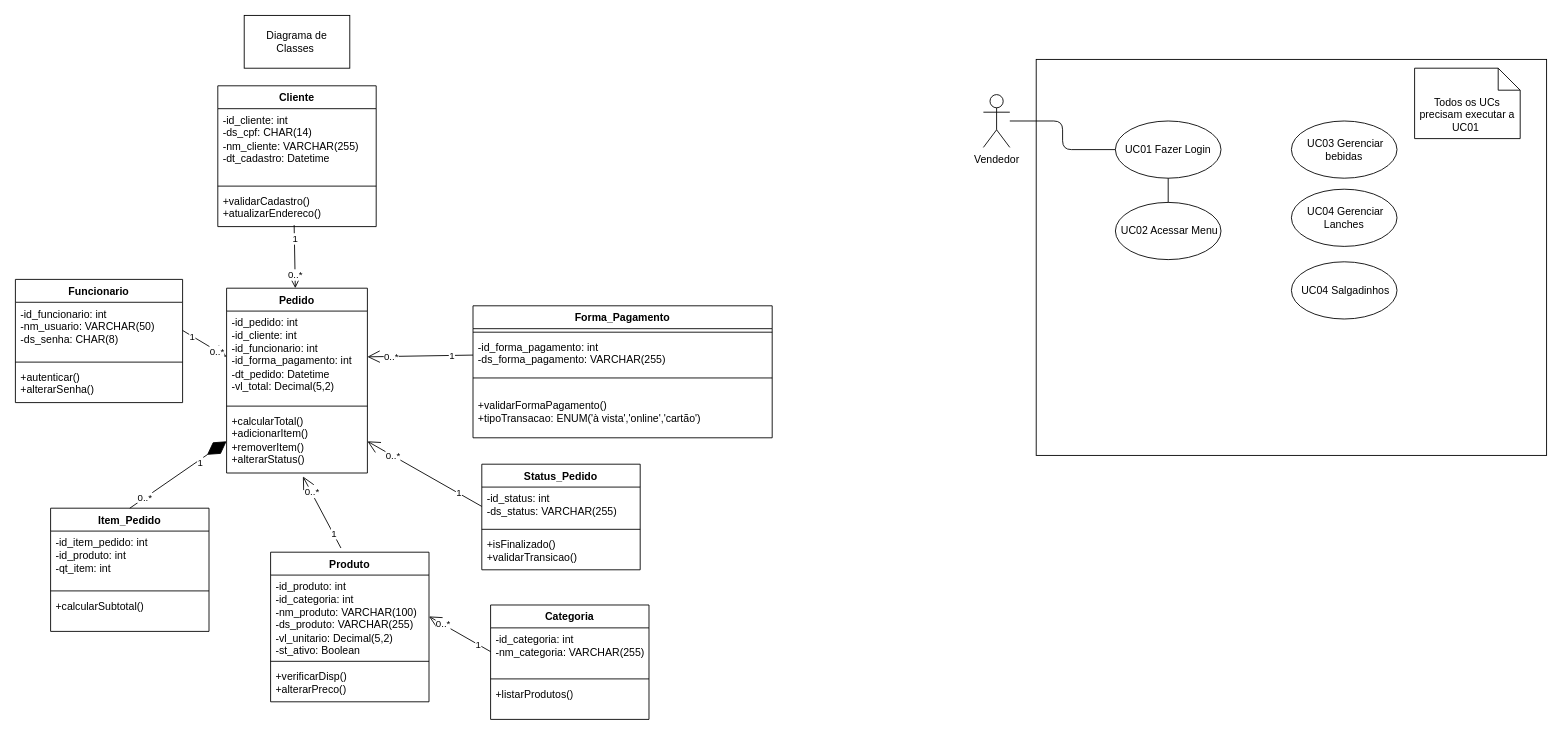
Earlier version of the draw.io diagram gestor-pedidos-lanchonete/sistema-de-gestao-de-pedidos/target/classes/com/lanchonete/view/DiagramaPagamento.drawio (nathensen/lanchonete-novo-final). Source tidied: cells renumbered, new cells numbered last; positions are measured from the earlier drawing's top-left corner, leaving out a move shared by most shapes. Both pictures are drawn from the tidied source at 88%, with x=0, y=0 at pixel (15, 15).
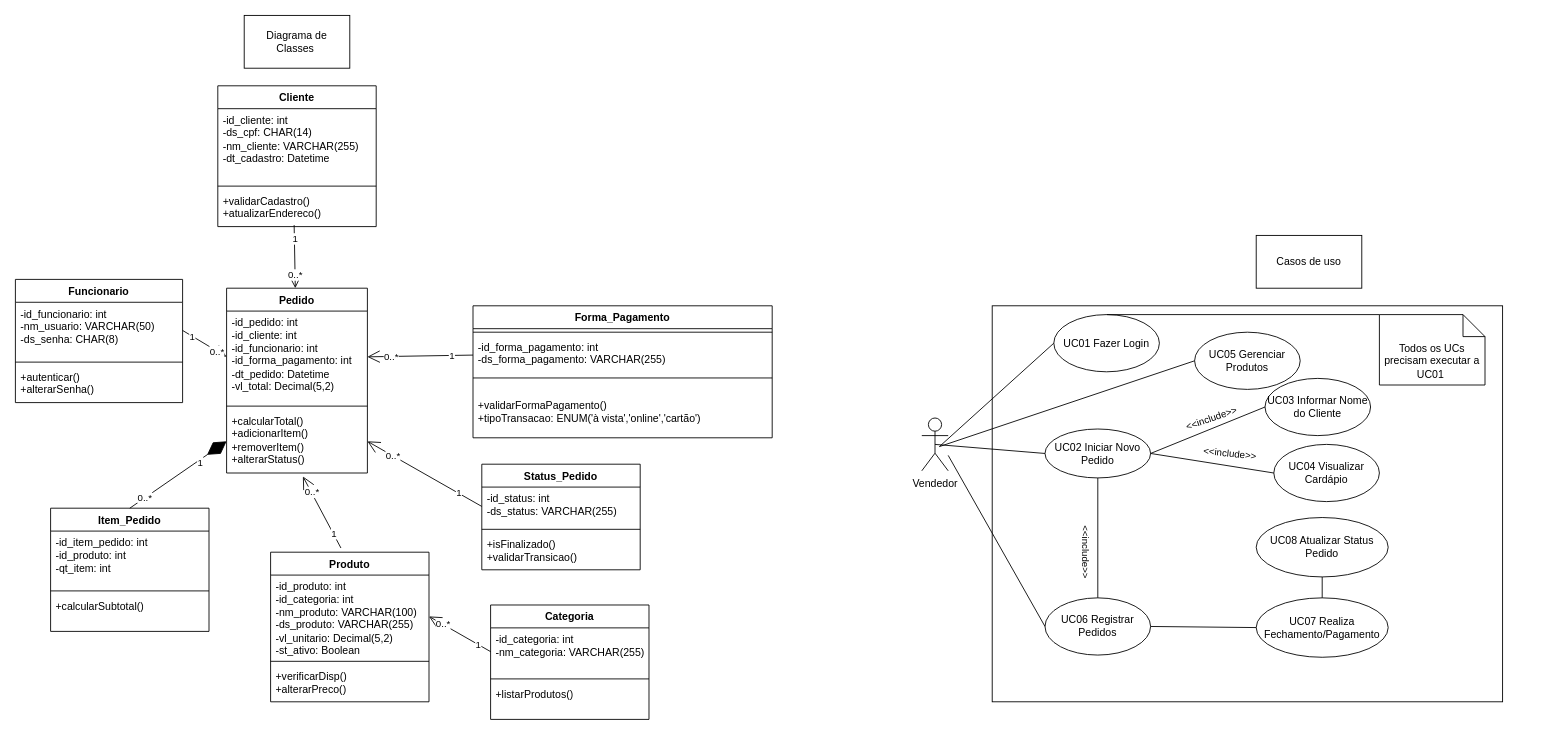
Above is the later version.

Commit message:
Casos de Uso

Diff of the diagram source:
```diff
@@
     <mxCell id="57" style="rounded=0;whiteSpace=wrap;html=1;" parent="1" vertex="1">
-      <mxGeometry x="1160" y="50" width="580" height="450" as="geometry" />
+      <mxGeometry x="1110" y="330" width="580" height="450" as="geometry" />
     </mxCell>
     <mxCell id="58" value="&lt;div style=&quot;&quot;&gt;&lt;span style=&quot;background-color: transparent;&quot;&gt;Todos os UCs precisam executar a UC01&amp;nbsp;&lt;/span&gt;&lt;/div&gt;" style="shape=note2;boundedLbl=1;whiteSpace=wrap;html=1;size=25;verticalAlign=top;align=center;" parent="1" vertex="1">
-      <mxGeometry x="1590" y="60" width="120" height="80" as="geometry" />
+      <mxGeometry x="1550" y="340" width="120" height="80" as="geometry" />
     </mxCell>
     <mxCell id="59" value="Vendedor" style="shape=umlActor;verticalLabelPosition=bottom;verticalAlign=top;html=1;" parent="1" vertex="1">
-      <mxGeometry x="1100" y="90" width="30" height="60" as="geometry" />
+      <mxGeometry x="1030" y="457.5" width="30" height="60" as="geometry" />
     </mxCell>
     <mxCell id="60" value="UC01 Fazer Login" style="ellipse;whiteSpace=wrap;html=1;" parent="1" vertex="1">
-      <mxGeometry x="1250" y="120" width="120" height="65" as="geometry" />
+      <mxGeometry x="1180" y="340" width="120" height="65" as="geometry" />
     </mxCell>
-    <mxCell id="61" value="&amp;nbsp;UC02 Acessar Menu" style="ellipse;whiteSpace=wrap;html=1;" parent="1" vertex="1">
-      <mxGeometry x="1250" y="212.5" width="120" height="65" as="geometry" />
-    </mxCell>
-    <mxCell id="62" value="&amp;nbsp;UC03 Gerenciar bebidas" style="ellipse;whiteSpace=wrap;html=1;" parent="1" vertex="1">
-      <mxGeometry x="1450" y="120" width="120" height="65" as="geometry" />
-    </mxCell>
-    <mxCell id="63" style="endArrow=none;html=1;edgeStyle=orthogonalEdgeStyle;entryX=0;entryY=0.5;entryDx=0;entryDy=0;" parent="1" edge="1" source="59" target="60">
-      <mxGeometry relative="1" as="geometry" />
-    </mxCell>
-    <mxCell id="64" style="endArrow=none;html=1;edgeStyle=orthogonalEdgeStyle;entryX=0.5;entryY=1;entryDx=0;entryDy=0;exitX=0.5;exitY=0;exitDx=0;exitDy=0;" parent="1" edge="1" source="61" target="60">
-      <mxGeometry relative="1" as="geometry" />
-    </mxCell>
-    <mxCell id="65" value="&amp;nbsp;UC04 Gerenciar Lanches" style="ellipse;whiteSpace=wrap;html=1;" parent="1" vertex="1">
-      <mxGeometry x="1450" y="197.5" width="120" height="65" as="geometry" />
-    </mxCell>
-    <mxCell id="66" value="&amp;nbsp;UC04 Salgadinhos" style="ellipse;whiteSpace=wrap;html=1;" parent="1" vertex="1">
-      <mxGeometry x="1450" y="280" width="120" height="65" as="geometry" />
-    </mxCell>
+    <mxCell id="67" value="UC02 Iniciar Novo Pedido" style="ellipse;whiteSpace=wrap;html=1;" parent="1" vertex="1">
+      <mxGeometry x="1170" y="470" width="120" height="55.6" as="geometry" />
+    </mxCell>
+    <mxCell id="68" style="endArrow=none;html=1;entryX=0;entryY=0.5;entryDx=0;entryDy=0;exitX=0.5;exitY=0.5;exitDx=0;exitDy=0;exitPerimeter=0;" parent="1" edge="1" source="59" target="67">
+      <mxGeometry relative="1" as="geometry" />
+    </mxCell>
+    <mxCell id="69" style="endArrow=none;html=1;entryX=0;entryY=0.5;entryDx=0;entryDy=0;" parent="1" edge="1" target="60">
+      <mxGeometry relative="1" as="geometry">
+        <mxPoint x="1050" y="490" as="sourcePoint" />
+      </mxGeometry>
+    </mxCell>
+    <mxCell id="70" value="UC03 Informar Nome do Cliente" style="ellipse;whiteSpace=wrap;html=1;" parent="1" vertex="1">
+      <mxGeometry x="1420" y="412.5" width="120" height="65" as="geometry" />
+    </mxCell>
+    <mxCell id="71" style="endArrow=none;html=1;entryX=0;entryY=0.5;entryDx=0;entryDy=0;exitX=1;exitY=0.5;exitDx=0;exitDy=0;" parent="1" edge="1" source="67" target="70">
+      <mxGeometry relative="1" as="geometry" />
+    </mxCell>
+    <mxCell id="72" value="&amp;lt;&amp;lt;include&amp;gt;&amp;gt;" style="edgeLabel;html=1;align=center;verticalAlign=middle;rotation=341;" parent="71" vertex="1">
+      <mxGeometry x="0.07" y="-1" relative="1" as="geometry">
+        <mxPoint x="-1" y="-13" as="offset" />
+      </mxGeometry>
+    </mxCell>
+    <mxCell id="73" value="UC04 Visualizar Cardápio" style="ellipse;whiteSpace=wrap;html=1;" parent="1" vertex="1">
+      <mxGeometry x="1430" y="487.5" width="120" height="65" as="geometry" />
+    </mxCell>
+    <mxCell id="74" style="endArrow=none;html=1;entryX=0;entryY=0.5;entryDx=0;entryDy=0;exitX=1;exitY=0.5;exitDx=0;exitDy=0;" parent="1" edge="1" source="67" target="73">
+      <mxGeometry relative="1" as="geometry" />
+    </mxCell>
+    <mxCell id="75" value="UC05 Gerenciar Produtos" style="ellipse;whiteSpace=wrap;html=1;" parent="1" vertex="1">
+      <mxGeometry x="1340" y="360" width="120" height="65" as="geometry" />
+    </mxCell>
+    <mxCell id="76" style="endArrow=none;html=1;exitX=0;exitY=0.5;exitDx=0;exitDy=0;" parent="1" edge="1" source="75">
+      <mxGeometry relative="1" as="geometry">
+        <mxPoint x="1050" y="490" as="targetPoint" />
+      </mxGeometry>
+    </mxCell>
+    <mxCell id="77" value="UC06 Registrar Pedidos" style="ellipse;whiteSpace=wrap;html=1;" parent="1" vertex="1">
+      <mxGeometry x="1170" y="661.9" width="120" height="65" as="geometry" />
+    </mxCell>
+    <mxCell id="78" style="endArrow=none;html=1;exitX=0;exitY=0.5;exitDx=0;exitDy=0;" parent="1" edge="1" source="77">
+      <mxGeometry relative="1" as="geometry">
+        <mxPoint x="1060" y="500" as="targetPoint" />
+      </mxGeometry>
+    </mxCell>
+    <mxCell id="79" value="UC07 Realiza Fechamento/Pagamento" style="ellipse;whiteSpace=wrap;html=1;" parent="1" vertex="1">
+      <mxGeometry x="1410" y="661.9" width="150" height="67.5" as="geometry" />
+    </mxCell>
+    <mxCell id="80" style="endArrow=none;html=1;exitX=1;exitY=0.5;exitDx=0;exitDy=0;entryX=0;entryY=0.5;entryDx=0;entryDy=0;" parent="1" edge="1" source="77" target="79">
+      <mxGeometry relative="1" as="geometry" />
+    </mxCell>
+    <mxCell id="81" value="UC08 Atualizar Status Pedido" style="ellipse;whiteSpace=wrap;html=1;" parent="1" vertex="1">
+      <mxGeometry x="1410" y="570.6" width="150" height="67.5" as="geometry" />
+    </mxCell>
+    <mxCell id="82" style="endArrow=none;html=1;exitX=0.5;exitY=0;exitDx=0;exitDy=0;entryX=0.5;entryY=1;entryDx=0;entryDy=0;" parent="1" edge="1" source="79" target="81">
+      <mxGeometry relative="1" as="geometry" />
+    </mxCell>
+    <mxCell id="83" style="endArrow=none;html=1;entryX=0;entryY=0;entryDx=0;entryDy=0;entryPerimeter=0;exitX=0.5;exitY=0;exitDx=0;exitDy=0;" parent="1" edge="1" source="60" target="58">
+      <mxGeometry relative="1" as="geometry" />
+    </mxCell>
+    <mxCell id="84" style="endArrow=none;html=1;entryX=0.5;entryY=0;entryDx=0;entryDy=0;" parent="1" edge="1" source="67" target="77">
+      <mxGeometry relative="1" as="geometry" />
+    </mxCell>
+    <mxCell id="85" value="&amp;lt;&amp;lt;include&amp;gt;&amp;gt;" style="edgeLabel;html=1;align=center;verticalAlign=middle;rotation=90;" parent="84" vertex="1">
+      <mxGeometry x="0.28" y="3" relative="1" as="geometry">
+        <mxPoint x="-16" y="-4" as="offset" />
+      </mxGeometry>
+    </mxCell>
+    <mxCell id="86" value="&amp;lt;&amp;lt;include&amp;gt;&amp;gt;" style="edgeLabel;html=1;align=center;verticalAlign=middle;rotation=6;" parent="1" vertex="1">
+      <mxGeometry x="1380" y="497.8" as="geometry" />
+    </mxCell>
+    <mxCell id="87" value="Casos de uso" style="rounded=0;whiteSpace=wrap;html=1;" parent="1" vertex="1">
+      <mxGeometry x="1410" y="250" width="120" height="60" as="geometry" />
+    </mxCell>
```
